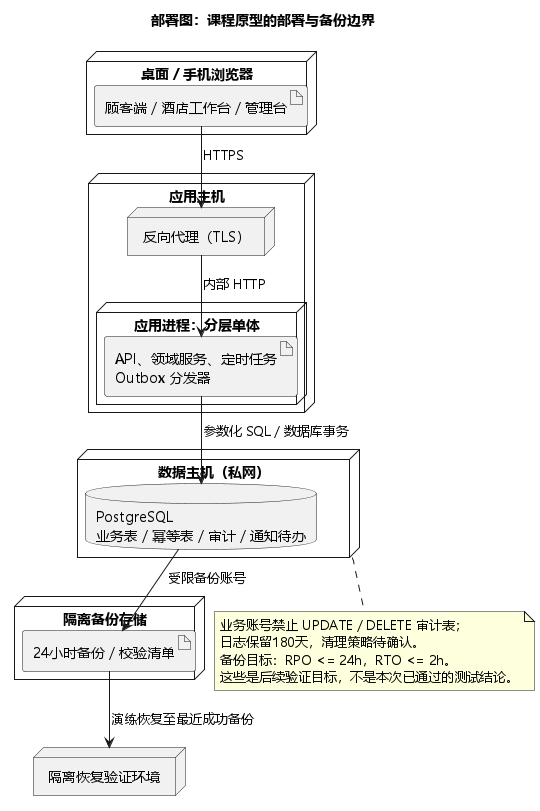
This is LAB2/实验2_241820122_商世雄/UML/09_部署图.png from bear0327/software-engineering-lab, a PlantUML export, as it was before one commit. Its diagram source:
```plantuml
@startuml
!pragma layout smetana
title 部署图：课程原型的部署与备份边界
skinparam defaultFontName Microsoft YaHei
skinparam shadowing false
skinparam backgroundColor white
node "桌面 / 手机浏览器" as browser {
  artifact "顾客端 / 酒店工作台 / 管理台" as web
}
node "应用主机" as app {
  node "反向代理（TLS）" as proxy
  node "应用进程：分层单体" as process {
    artifact "API、领域服务、定时任务\nOutbox 分发器" as api
  }
}
node "数据主机（私网）" as data {
  database "PostgreSQL\n业务表 / 幂等表 / 审计 / 通知待办" as db
}
node "隔离备份存储" as backup {
  artifact "24小时备份 / 校验清单" as dump
}
node "隔离恢复验证环境" as restore
web --> proxy : HTTPS
proxy --> api : 内部 HTTP
api --> db : 参数化 SQL / 数据库事务
db --> dump : 受限备份账号
dump --> restore : 演练恢复至最近成功备份
note bottom of data
业务账号禁止 UPDATE / DELETE 审计表；
日志保留180天，清理策略待确认。
备份目标：RPO <= 24h，RTO <= 2h。
这些是后续验证目标，不是本次已通过的测试结论。
end note
@enduml
```
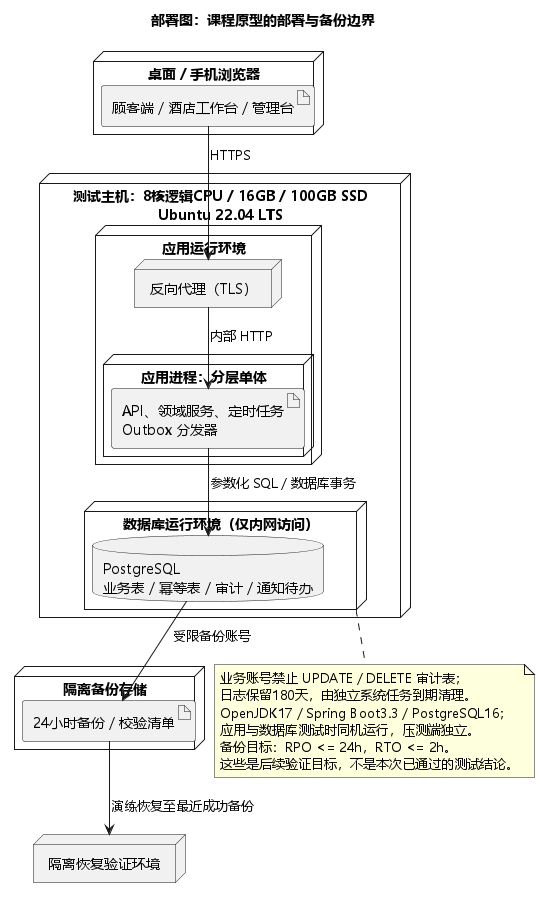
After the change.

Diff of the diagram source:
```diff
@@ -7,14 +7,16 @@
 node "桌面 / 手机浏览器" as browser {
   artifact "顾客端 / 酒店工作台 / 管理台" as web
 }
-node "应用主机" as app {
+node "测试主机：8核逻辑CPU / 16GB / 100GB SSD\nUbuntu 22.04 LTS" as testHost {
+node "应用运行环境" as app {
   node "反向代理（TLS）" as proxy
   node "应用进程：分层单体" as process {
     artifact "API、领域服务、定时任务\nOutbox 分发器" as api
   }
 }
-node "数据主机（私网）" as data {
+node "数据库运行环境（仅内网访问）" as data {
   database "PostgreSQL\n业务表 / 幂等表 / 审计 / 通知待办" as db
+}
 }
 node "隔离备份存储" as backup {
   artifact "24小时备份 / 校验清单" as dump
@@ -27,7 +29,9 @@
 dump --> restore : 演练恢复至最近成功备份
 note bottom of data
 业务账号禁止 UPDATE / DELETE 审计表；
-日志保留180天，清理策略待确认。
+日志保留180天，由独立系统任务到期清理。
+OpenJDK17 / Spring Boot3.3 / PostgreSQL16；
+应用与数据库测试时同机运行，压测端独立。
 备份目标：RPO <= 24h，RTO <= 2h。
 这些是后续验证目标，不是本次已通过的测试结论。
 end note
```
